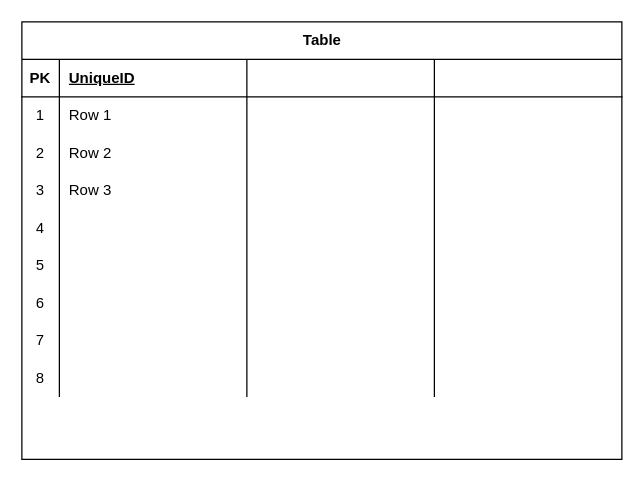
Earlier version of the draw.io diagram Диаграмма без названия.drawio (DinarGareev/KFU_Work). Source tidied: cells renumbered, new cells numbered last; positions are measured from the earlier drawing's top-left corner, leaving out a move shared by most shapes. Both pictures are drawn from the tidied source at 125%, with x=0, y=0 at pixel (21, 21).
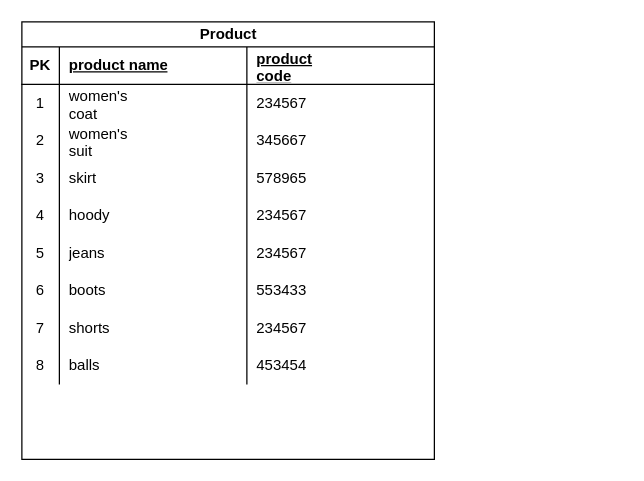
The same page after the edit.

Change to the diagram source:
```diff
@@
-    <mxCell id="2" value="Table" style="shape=table;startSize=30;childLayout=tableLayout;rowLines=0;fontStyle=1;align=center;html=1;" parent="1" vertex="1">
-      <mxGeometry width="480" height="350" as="geometry" />
+    <mxCell id="2" value="Product" style="shape=table;startSize=20;childLayout=tableLayout;rowLines=0;fontStyle=1;align=center;html=1;" parent="1" vertex="1">
+      <mxGeometry width="330" height="350" as="geometry" />
     </mxCell>
     <mxCell id="3" style="shape=tableRow;horizontal=0;startSize=0;swimlaneHead=0;swimlaneBody=0;fillColor=none;top=0;left=0;right=0;bottom=1;" parent="2" vertex="1">
-      <mxGeometry y="30" width="480" height="30" as="geometry" />
+      <mxGeometry y="20" width="330" height="30" as="geometry" />
     </mxCell>
@@
-    <mxCell id="5" value="UniqueID" style="shape=partialRectangle;fillColor=none;top=0;left=0;bottom=0;right=0;align=left;spacingLeft=6;fontStyle=5;overflow=hidden;whiteSpace=wrap;html=1;" parent="3" vertex="1">
+    <mxCell id="5" value="product name" style="shape=partialRectangle;fillColor=none;top=0;left=0;bottom=0;right=0;align=left;spacingLeft=6;fontStyle=5;overflow=hidden;whiteSpace=wrap;html=1;" parent="3" vertex="1">
       <mxGeometry x="30" width="150" height="30" as="geometry" />
     </mxCell>
-    <mxCell id="6" style="shape=partialRectangle;fillColor=none;top=0;left=0;bottom=0;right=0;align=left;spacingLeft=6;fontStyle=5;overflow=hidden;whiteSpace=wrap;html=1;" parent="3" vertex="1">
-      <mxGeometry x="180" width="150" height="30" as="geometry" />
-    </mxCell>
-    <mxCell id="7" style="shape=partialRectangle;fillColor=none;top=0;left=0;bottom=0;right=0;align=left;spacingLeft=6;fontStyle=5;overflow=hidden;whiteSpace=wrap;html=1;" parent="3" vertex="1">
-      <mxGeometry x="330" width="150" height="30" as="geometry" />
-    </mxCell>
+    <mxCell id="48" value="product&lt;br/&gt;code" style="shape=partialRectangle;fillColor=none;top=0;left=0;bottom=0;right=0;align=left;spacingLeft=6;fontStyle=5;overflow=hidden;whiteSpace=wrap;html=1;" parent="3" vertex="1">
+      <mxGeometry x="180" width="150" height="30" as="geometry" />
+    </mxCell>
     <mxCell id="8" style="shape=tableRow;horizontal=0;startSize=0;swimlaneHead=0;swimlaneBody=0;fillColor=none;top=0;left=0;right=0;bottom=0;" parent="2" vertex="1">
-      <mxGeometry y="60" width="480" height="30" as="geometry" />
+      <mxGeometry y="50" width="330" height="30" as="geometry" />
     </mxCell>
@@
-    <mxCell id="10" value="Row 1" style="shape=partialRectangle;fillColor=none;top=0;left=0;bottom=0;right=0;align=left;spacingLeft=6;overflow=hidden;whiteSpace=wrap;html=1;" parent="8" vertex="1">
+    <mxCell id="10" value="women's&lt;br/&gt;coat" style="shape=partialRectangle;fillColor=none;top=0;left=0;bottom=0;right=0;align=left;spacingLeft=6;overflow=hidden;whiteSpace=wrap;html=1;" parent="8" vertex="1">
       <mxGeometry x="30" width="150" height="30" as="geometry" />
     </mxCell>
-    <mxCell id="11" style="shape=partialRectangle;fillColor=none;top=0;left=0;bottom=0;right=0;align=left;spacingLeft=6;overflow=hidden;whiteSpace=wrap;html=1;" parent="8" vertex="1">
-      <mxGeometry x="180" width="150" height="30" as="geometry" />
-    </mxCell>
-    <mxCell id="12" style="shape=partialRectangle;fillColor=none;top=0;left=0;bottom=0;right=0;align=left;spacingLeft=6;overflow=hidden;whiteSpace=wrap;html=1;" parent="8" vertex="1">
-      <mxGeometry x="330" width="150" height="30" as="geometry" />
-    </mxCell>
+    <mxCell id="49" value="234567" style="shape=partialRectangle;fillColor=none;top=0;left=0;bottom=0;right=0;align=left;spacingLeft=6;overflow=hidden;whiteSpace=wrap;html=1;" parent="8" vertex="1">
+      <mxGeometry x="180" width="150" height="30" as="geometry" />
+    </mxCell>
     <mxCell id="13" style="shape=tableRow;horizontal=0;startSize=0;swimlaneHead=0;swimlaneBody=0;fillColor=none;top=0;left=0;right=0;bottom=0;" parent="2" vertex="1">
-      <mxGeometry y="90" width="480" height="30" as="geometry" />
+      <mxGeometry y="80" width="330" height="30" as="geometry" />
     </mxCell>
@@
-    <mxCell id="15" value="Row 2" style="shape=partialRectangle;fillColor=none;top=0;left=0;bottom=0;right=0;align=left;spacingLeft=6;overflow=hidden;whiteSpace=wrap;html=1;" parent="13" vertex="1">
+    <mxCell id="15" value="women's&lt;br/&gt;suit" style="shape=partialRectangle;fillColor=none;top=0;left=0;bottom=0;right=0;align=left;spacingLeft=6;overflow=hidden;whiteSpace=wrap;html=1;" parent="13" vertex="1">
       <mxGeometry x="30" width="150" height="30" as="geometry" />
     </mxCell>
-    <mxCell id="16" style="shape=partialRectangle;fillColor=none;top=0;left=0;bottom=0;right=0;align=left;spacingLeft=6;overflow=hidden;whiteSpace=wrap;html=1;" parent="13" vertex="1">
-      <mxGeometry x="180" width="150" height="30" as="geometry" />
-    </mxCell>
-    <mxCell id="17" style="shape=partialRectangle;fillColor=none;top=0;left=0;bottom=0;right=0;align=left;spacingLeft=6;overflow=hidden;whiteSpace=wrap;html=1;" parent="13" vertex="1">
-      <mxGeometry x="330" width="150" height="30" as="geometry" />
-    </mxCell>
+    <mxCell id="50" value="345667" style="shape=partialRectangle;fillColor=none;top=0;left=0;bottom=0;right=0;align=left;spacingLeft=6;overflow=hidden;whiteSpace=wrap;html=1;" parent="13" vertex="1">
+      <mxGeometry x="180" width="150" height="30" as="geometry" />
+    </mxCell>
     <mxCell id="18" style="shape=tableRow;horizontal=0;startSize=0;swimlaneHead=0;swimlaneBody=0;fillColor=none;top=0;left=0;right=0;bottom=0;" parent="2" vertex="1">
-      <mxGeometry y="120" width="480" height="30" as="geometry" />
+      <mxGeometry y="110" width="330" height="30" as="geometry" />
     </mxCell>
@@
-    <mxCell id="20" value="Row 3" style="shape=partialRectangle;fillColor=none;top=0;left=0;bottom=0;right=0;align=left;spacingLeft=6;overflow=hidden;whiteSpace=wrap;html=1;" parent="18" vertex="1">
+    <mxCell id="20" value="skirt" style="shape=partialRectangle;fillColor=none;top=0;left=0;bottom=0;right=0;align=left;spacingLeft=6;overflow=hidden;whiteSpace=wrap;html=1;" parent="18" vertex="1">
       <mxGeometry x="30" width="150" height="30" as="geometry" />
     </mxCell>
-    <mxCell id="21" style="shape=partialRectangle;fillColor=none;top=0;left=0;bottom=0;right=0;align=left;spacingLeft=6;overflow=hidden;whiteSpace=wrap;html=1;" parent="18" vertex="1">
-      <mxGeometry x="180" width="150" height="30" as="geometry" />
-    </mxCell>
-    <mxCell id="22" style="shape=partialRectangle;fillColor=none;top=0;left=0;bottom=0;right=0;align=left;spacingLeft=6;overflow=hidden;whiteSpace=wrap;html=1;" parent="18" vertex="1">
-      <mxGeometry x="330" width="150" height="30" as="geometry" />
-    </mxCell>
+    <mxCell id="51" value="578965" style="shape=partialRectangle;fillColor=none;top=0;left=0;bottom=0;right=0;align=left;spacingLeft=6;overflow=hidden;whiteSpace=wrap;html=1;" parent="18" vertex="1">
+      <mxGeometry x="180" width="150" height="30" as="geometry" />
+    </mxCell>
     <mxCell id="23" style="shape=tableRow;horizontal=0;startSize=0;swimlaneHead=0;swimlaneBody=0;fillColor=none;top=0;left=0;right=0;bottom=0;" parent="2" vertex="1">
-      <mxGeometry y="150" width="480" height="30" as="geometry" />
+      <mxGeometry y="140" width="330" height="30" as="geometry" />
     </mxCell>
@@
-    <mxCell id="25" style="shape=partialRectangle;fillColor=none;top=0;left=0;bottom=0;right=0;align=left;spacingLeft=6;overflow=hidden;whiteSpace=wrap;html=1;" parent="23" vertex="1">
+    <mxCell id="25" value="hoody" style="shape=partialRectangle;fillColor=none;top=0;left=0;bottom=0;right=0;align=left;spacingLeft=6;overflow=hidden;whiteSpace=wrap;html=1;" parent="23" vertex="1">
       <mxGeometry x="30" width="150" height="30" as="geometry" />
     </mxCell>
-    <mxCell id="26" style="shape=partialRectangle;fillColor=none;top=0;left=0;bottom=0;right=0;align=left;spacingLeft=6;overflow=hidden;whiteSpace=wrap;html=1;" parent="23" vertex="1">
-      <mxGeometry x="180" width="150" height="30" as="geometry" />
-    </mxCell>
-    <mxCell id="27" style="shape=partialRectangle;fillColor=none;top=0;left=0;bottom=0;right=0;align=left;spacingLeft=6;overflow=hidden;whiteSpace=wrap;html=1;" parent="23" vertex="1">
-      <mxGeometry x="330" width="150" height="30" as="geometry" />
-    </mxCell>
+    <mxCell id="52" value="234567&lt;br&gt;" style="shape=partialRectangle;fillColor=none;top=0;left=0;bottom=0;right=0;align=left;spacingLeft=6;overflow=hidden;whiteSpace=wrap;html=1;" parent="23" vertex="1">
+      <mxGeometry x="180" width="150" height="30" as="geometry" />
+    </mxCell>
     <mxCell id="28" style="shape=tableRow;horizontal=0;startSize=0;swimlaneHead=0;swimlaneBody=0;fillColor=none;top=0;left=0;right=0;bottom=0;" parent="2" vertex="1">
-      <mxGeometry y="180" width="480" height="30" as="geometry" />
+      <mxGeometry y="170" width="330" height="30" as="geometry" />
     </mxCell>
@@
-    <mxCell id="30" style="shape=partialRectangle;fillColor=none;top=0;left=0;bottom=0;right=0;align=left;spacingLeft=6;overflow=hidden;whiteSpace=wrap;html=1;" parent="28" vertex="1">
+    <mxCell id="30" value="jeans" style="shape=partialRectangle;fillColor=none;top=0;left=0;bottom=0;right=0;align=left;spacingLeft=6;overflow=hidden;whiteSpace=wrap;html=1;" parent="28" vertex="1">
       <mxGeometry x="30" width="150" height="30" as="geometry" />
     </mxCell>
-    <mxCell id="31" style="shape=partialRectangle;fillColor=none;top=0;left=0;bottom=0;right=0;align=left;spacingLeft=6;overflow=hidden;whiteSpace=wrap;html=1;" parent="28" vertex="1">
-      <mxGeometry x="180" width="150" height="30" as="geometry" />
-    </mxCell>
-    <mxCell id="32" style="shape=partialRectangle;fillColor=none;top=0;left=0;bottom=0;right=0;align=left;spacingLeft=6;overflow=hidden;whiteSpace=wrap;html=1;" parent="28" vertex="1">
-      <mxGeometry x="330" width="150" height="30" as="geometry" />
-    </mxCell>
+    <mxCell id="53" value="234567" style="shape=partialRectangle;fillColor=none;top=0;left=0;bottom=0;right=0;align=left;spacingLeft=6;overflow=hidden;whiteSpace=wrap;html=1;" parent="28" vertex="1">
+      <mxGeometry x="180" width="150" height="30" as="geometry" />
+    </mxCell>
     <mxCell id="33" style="shape=tableRow;horizontal=0;startSize=0;swimlaneHead=0;swimlaneBody=0;fillColor=none;top=0;left=0;right=0;bottom=0;" parent="2" vertex="1">
-      <mxGeometry y="210" width="480" height="30" as="geometry" />
+      <mxGeometry y="200" width="330" height="30" as="geometry" />
     </mxCell>
@@
-    <mxCell id="35" style="shape=partialRectangle;fillColor=none;top=0;left=0;bottom=0;right=0;align=left;spacingLeft=6;overflow=hidden;whiteSpace=wrap;html=1;" parent="33" vertex="1">
+    <mxCell id="35" value="boots" style="shape=partialRectangle;fillColor=none;top=0;left=0;bottom=0;right=0;align=left;spacingLeft=6;overflow=hidden;whiteSpace=wrap;html=1;" parent="33" vertex="1">
       <mxGeometry x="30" width="150" height="30" as="geometry" />
     </mxCell>
-    <mxCell id="36" style="shape=partialRectangle;fillColor=none;top=0;left=0;bottom=0;right=0;align=left;spacingLeft=6;overflow=hidden;whiteSpace=wrap;html=1;" parent="33" vertex="1">
-      <mxGeometry x="180" width="150" height="30" as="geometry" />
-    </mxCell>
-    <mxCell id="37" style="shape=partialRectangle;fillColor=none;top=0;left=0;bottom=0;right=0;align=left;spacingLeft=6;overflow=hidden;whiteSpace=wrap;html=1;" parent="33" vertex="1">
-      <mxGeometry x="330" width="150" height="30" as="geometry" />
-    </mxCell>
+    <mxCell id="54" value="553433" style="shape=partialRectangle;fillColor=none;top=0;left=0;bottom=0;right=0;align=left;spacingLeft=6;overflow=hidden;whiteSpace=wrap;html=1;" parent="33" vertex="1">
+      <mxGeometry x="180" width="150" height="30" as="geometry" />
+    </mxCell>
     <mxCell id="38" style="shape=tableRow;horizontal=0;startSize=0;swimlaneHead=0;swimlaneBody=0;fillColor=none;top=0;left=0;right=0;bottom=0;" parent="2" vertex="1">
-      <mxGeometry y="240" width="480" height="30" as="geometry" />
+      <mxGeometry y="230" width="330" height="30" as="geometry" />
     </mxCell>
@@
-    <mxCell id="40" style="shape=partialRectangle;fillColor=none;top=0;left=0;bottom=0;right=0;align=left;spacingLeft=6;overflow=hidden;whiteSpace=wrap;html=1;" parent="38" vertex="1">
+    <mxCell id="40" value="shorts" style="shape=partialRectangle;fillColor=none;top=0;left=0;bottom=0;right=0;align=left;spacingLeft=6;overflow=hidden;whiteSpace=wrap;html=1;" parent="38" vertex="1">
       <mxGeometry x="30" width="150" height="30" as="geometry" />
     </mxCell>
-    <mxCell id="41" style="shape=partialRectangle;fillColor=none;top=0;left=0;bottom=0;right=0;align=left;spacingLeft=6;overflow=hidden;whiteSpace=wrap;html=1;" parent="38" vertex="1">
-      <mxGeometry x="180" width="150" height="30" as="geometry" />
-    </mxCell>
-    <mxCell id="42" style="shape=partialRectangle;fillColor=none;top=0;left=0;bottom=0;right=0;align=left;spacingLeft=6;overflow=hidden;whiteSpace=wrap;html=1;" parent="38" vertex="1">
-      <mxGeometry x="330" width="150" height="30" as="geometry" />
-    </mxCell>
+    <mxCell id="55" value="234567" style="shape=partialRectangle;fillColor=none;top=0;left=0;bottom=0;right=0;align=left;spacingLeft=6;overflow=hidden;whiteSpace=wrap;html=1;" parent="38" vertex="1">
+      <mxGeometry x="180" width="150" height="30" as="geometry" />
+    </mxCell>
     <mxCell id="43" style="shape=tableRow;horizontal=0;startSize=0;swimlaneHead=0;swimlaneBody=0;fillColor=none;top=0;left=0;right=0;bottom=0;" parent="2" vertex="1">
-      <mxGeometry y="270" width="480" height="30" as="geometry" />
+      <mxGeometry y="260" width="330" height="30" as="geometry" />
     </mxCell>
@@
-    <mxCell id="45" style="shape=partialRectangle;fillColor=none;top=0;left=0;bottom=0;right=0;align=left;spacingLeft=6;overflow=hidden;whiteSpace=wrap;html=1;" parent="43" vertex="1">
+    <mxCell id="45" value="balls" style="shape=partialRectangle;fillColor=none;top=0;left=0;bottom=0;right=0;align=left;spacingLeft=6;overflow=hidden;whiteSpace=wrap;html=1;" parent="43" vertex="1">
       <mxGeometry x="30" width="150" height="30" as="geometry" />
     </mxCell>
-    <mxCell id="46" style="shape=partialRectangle;fillColor=none;top=0;left=0;bottom=0;right=0;align=left;spacingLeft=6;overflow=hidden;whiteSpace=wrap;html=1;" parent="43" vertex="1">
-      <mxGeometry x="180" width="150" height="30" as="geometry" />
-    </mxCell>
-    <mxCell id="47" style="shape=partialRectangle;fillColor=none;top=0;left=0;bottom=0;right=0;align=left;spacingLeft=6;overflow=hidden;whiteSpace=wrap;html=1;" parent="43" vertex="1">
-      <mxGeometry x="330" width="150" height="30" as="geometry" />
-    </mxCell>
+    <mxCell id="56" value="453454" style="shape=partialRectangle;fillColor=none;top=0;left=0;bottom=0;right=0;align=left;spacingLeft=6;overflow=hidden;whiteSpace=wrap;html=1;" parent="43" vertex="1">
+      <mxGeometry x="180" width="150" height="30" as="geometry" />
+    </mxCell>
```
